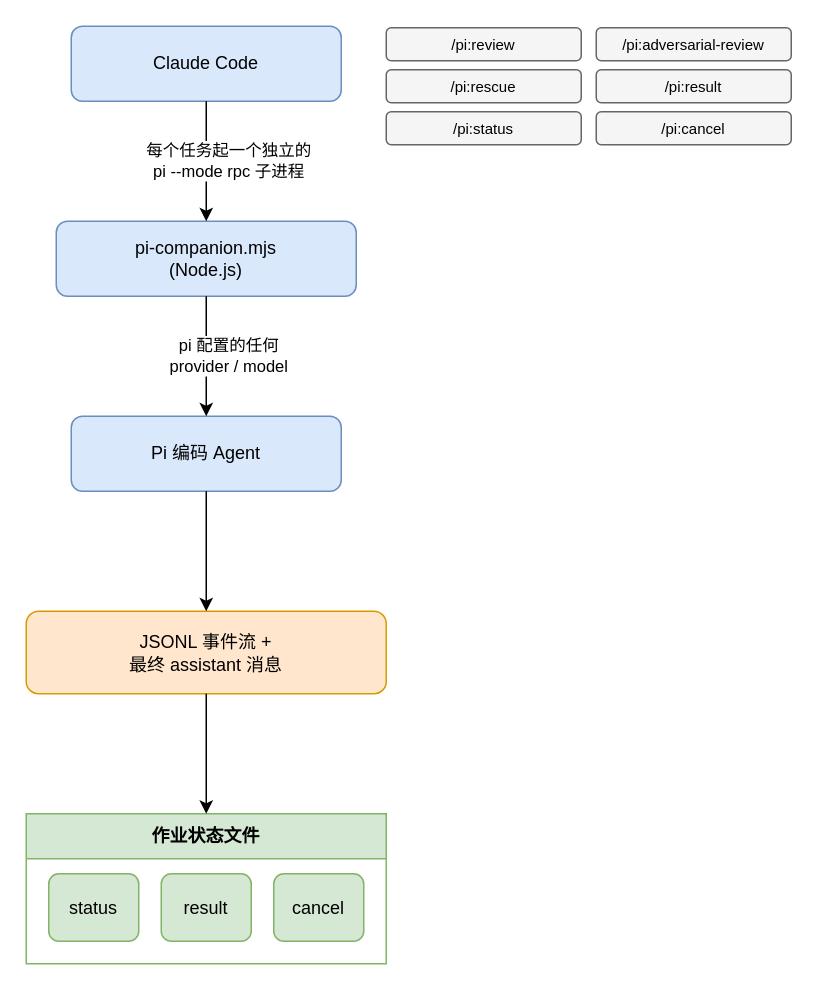
This is docs/pi-plugin-cc-workflow_CN.drawio from LightningLeader/pi-codex-plugin, a draw.io file, before an edit. Source tidied: cells renumbered, new cells numbered last; positions are measured from the earlier drawing's top-left corner, leaving out a move shared by most shapes. Both pictures are drawn from the tidied source at 150%, with x=0, y=0 at pixel (26, 26).
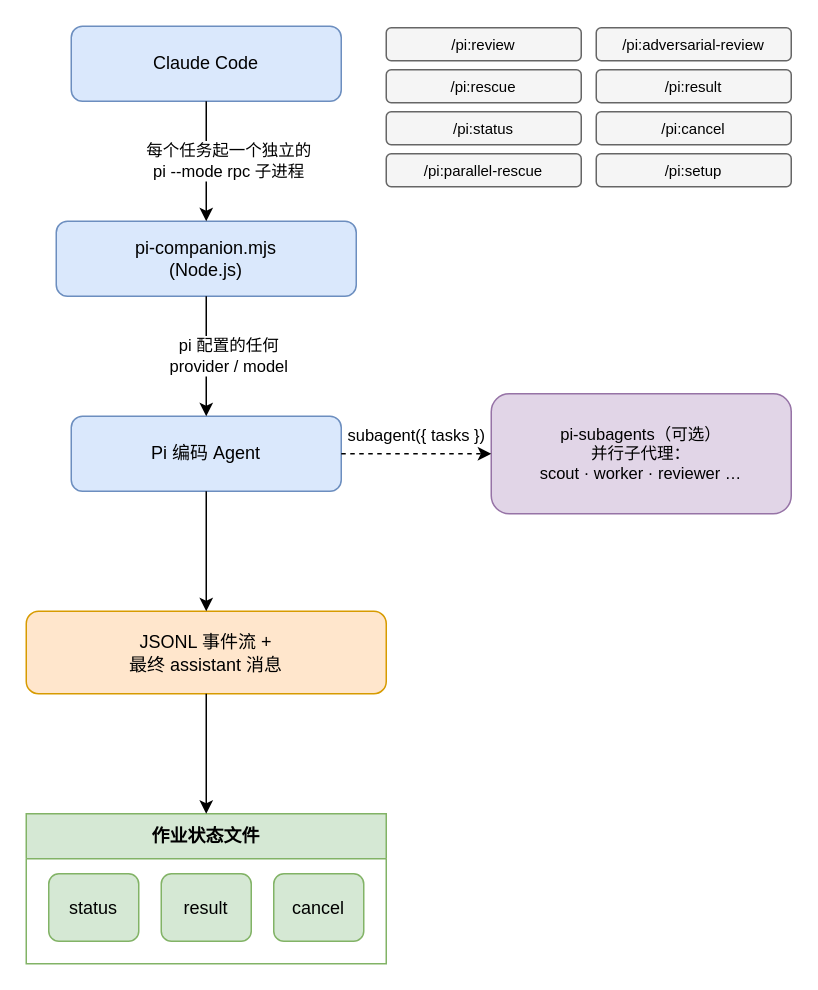
The same page after the edit.

Commit message (it also covers changes not shown here):
docs: update READMEs and workflow diagrams for 0.2.0 (#10)

Unchanged cells that the change refers to:
```xml
<mxCell id="10" value="Pi 编码 Agent" style="rounded=1;whiteSpace=wrap;html=1;fillColor=#dae8fc;strokeColor=#6c8ebf;" parent="1" vertex="1">
  <mxGeometry x="30" y="260" width="180" height="50" as="geometry" />
</mxCell>
```

The edit, as a diff of the source:
```diff
@@
+    <mxCell id="20" value="/pi:parallel-rescue" style="rounded=1;whiteSpace=wrap;html=1;fillColor=#f5f5f5;strokeColor=#666666;fontSize=10;" parent="1" vertex="1">
+      <mxGeometry x="240" y="85" width="130" height="22" as="geometry" />
+    </mxCell>
+    <mxCell id="21" value="/pi:setup" style="rounded=1;whiteSpace=wrap;html=1;fillColor=#f5f5f5;strokeColor=#666666;fontSize=10;" parent="1" vertex="1">
+      <mxGeometry x="380" y="85" width="130" height="22" as="geometry" />
+    </mxCell>
@@
+    <mxCell id="22" value="pi-subagents（可选）&#10;并行子代理：&#10;scout · worker · reviewer …" style="rounded=1;whiteSpace=wrap;html=1;fillColor=#e1d5e7;strokeColor=#9673a6;fontSize=11;" parent="1" vertex="1">
+      <mxGeometry x="310" y="245" width="200" height="80" as="geometry" />
+    </mxCell>
+    <mxCell id="23" value="subagent({ tasks })" style="edgeStyle=orthogonalEdgeStyle;rounded=1;jettySize=auto;html=1;exitX=1;exitY=0.5;exitDx=0;exitDy=0;entryX=0;entryY=0.5;entryDx=0;entryDy=0;flowAnimation=1;labelBackgroundColor=#ffffff;fontSize=11;dashed=1;" parent="1" edge="1" source="10" target="22">
+      <mxGeometry relative="1" as="geometry">
+        <mxPoint y="-12" as="offset" />
+      </mxGeometry>
+    </mxCell>
```
